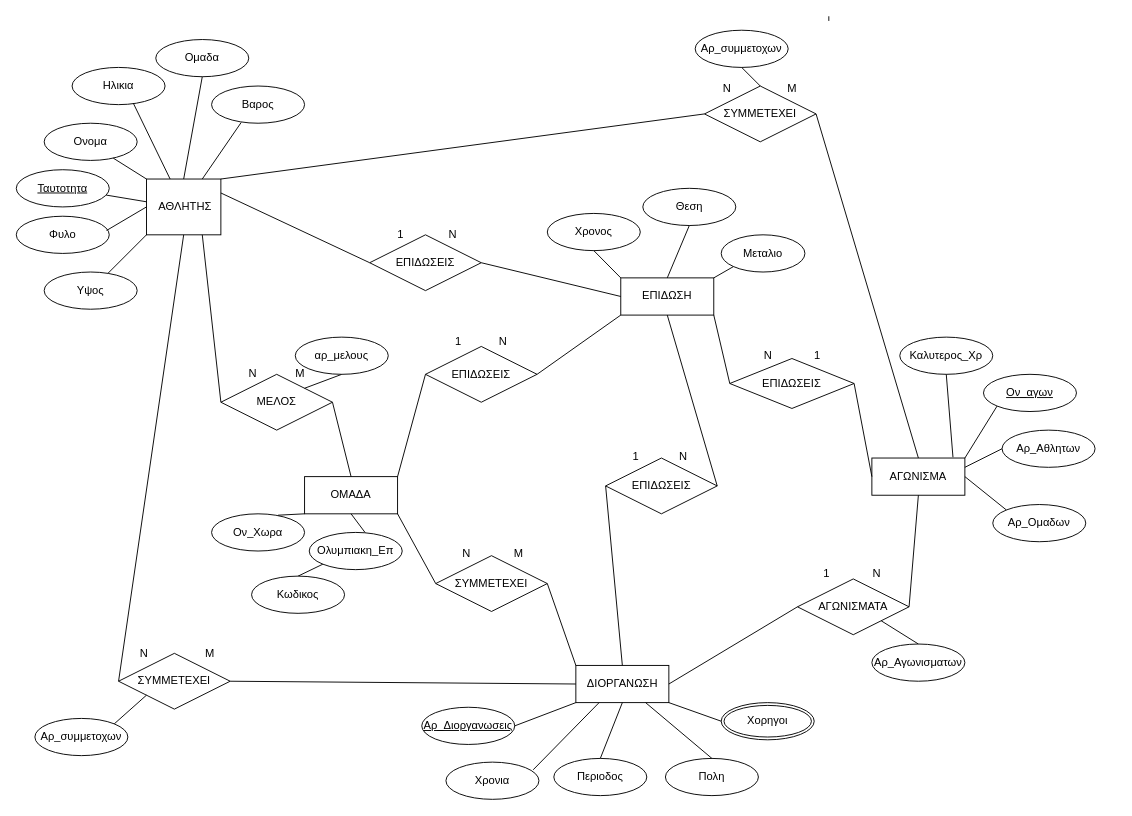
Earlier version of the draw.io diagram OS-DatabasesProject.drawio (SpyrosGew/Olympic_Games-DBProject). Source tidied: cells renumbered, new cells numbered last; positions are measured from the earlier drawing's top-left corner, leaving out a move shared by most shapes. Both pictures are drawn from the tidied source at 93%, with x=0, y=0 at pixel (16, 16).
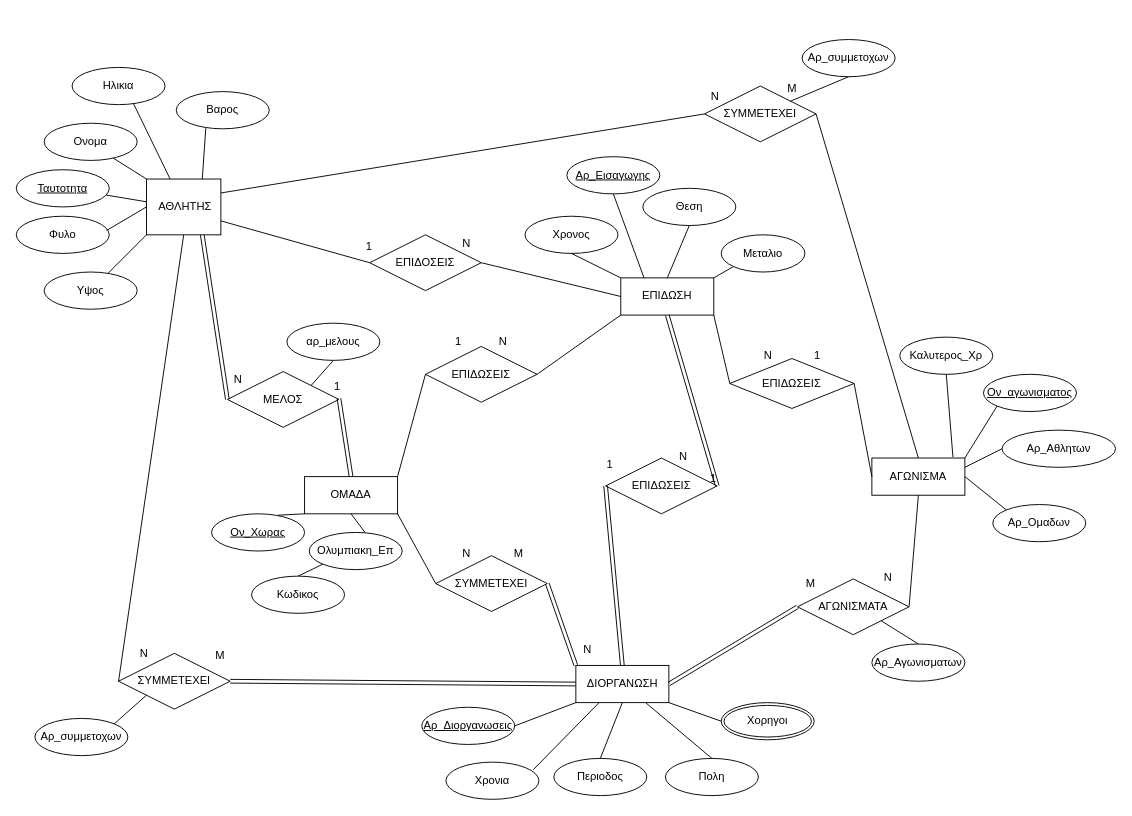
After the change.

Unchanged cells that the change refers to:
```xml
<mxCell id="2" value="&amp;nbsp;AΘΛΗΤΗΣ" style="rounded=0;whiteSpace=wrap;html=1;" parent="1" vertex="1">
  <mxGeometry x="140" y="175" width="80" height="60" as="geometry" />
</mxCell>
<mxCell id="17" value="ΣΥΜΜΕΤΕΧΕΙ" style="shape=rhombus;perimeter=rhombusPerimeter;whiteSpace=wrap;html=1;align=center;" parent="1" vertex="1">
  <mxGeometry x="110" y="685" width="120" height="60" as="geometry" />
</mxCell>
<mxCell id="19" value="ΣΥΜΜΕΤΕΧΕΙ" style="shape=rhombus;perimeter=rhombusPerimeter;whiteSpace=wrap;html=1;align=center;" parent="1" vertex="1">
  <mxGeometry x="740" y="75" width="120" height="60" as="geometry" />
</mxCell>
<mxCell id="23" value="ΟΜΑΔΑ" style="whiteSpace=wrap;html=1;align=center;" parent="1" vertex="1">
  <mxGeometry x="310" y="495" width="100" height="40" as="geometry" />
</mxCell>
<mxCell id="29" value="ΔΙΟΡΓΑΝΩΣΗ" style="whiteSpace=wrap;html=1;align=center;" parent="1" vertex="1">
  <mxGeometry x="601.7" y="698" width="100" height="40" as="geometry" />
</mxCell>
<mxCell id="30" value="ΣΥΜΜΕΤΕΧΕΙ" style="shape=rhombus;perimeter=rhombusPerimeter;whiteSpace=wrap;html=1;align=center;" parent="1" vertex="1">
  <mxGeometry x="451" y="580" width="120" height="60" as="geometry" />
</mxCell>
<mxCell id="41" value="ΑΓΩΝΙΣΜΑΤΑ" style="shape=rhombus;perimeter=rhombusPerimeter;whiteSpace=wrap;html=1;align=center;" parent="1" vertex="1">
  <mxGeometry x="840" y="605" width="120" height="60" as="geometry" />
</mxCell>
<mxCell id="49" value="ΕΠΙΔΩΣΗ" style="whiteSpace=wrap;html=1;align=center;" parent="1" vertex="1">
  <mxGeometry x="650" y="281.3" width="100" height="40" as="geometry" />
</mxCell>
<mxCell id="59" value="ΕΠΙΔΩΣΕΙΣ" style="shape=rhombus;perimeter=rhombusPerimeter;whiteSpace=wrap;html=1;align=center;" parent="1" vertex="1">
  <mxGeometry x="633.7" y="475" width="120" height="60" as="geometry" />
</mxCell>
```

Diff of the diagram source:
```diff
@@
-    <mxCell id="7" value="Ομαδα" style="ellipse;whiteSpace=wrap;html=1;align=center;" parent="1" vertex="1">
-      <mxGeometry x="150" y="25" width="100" height="40" as="geometry" />
-    </mxCell>
-    <mxCell id="8" style="endArrow=none;html=1;rounded=0;entryX=0.5;entryY=1;entryDx=0;entryDy=0;exitX=0.5;exitY=0;exitDx=0;exitDy=0;" parent="1" edge="1" source="2" target="7">
-      <mxGeometry relative="1" as="geometry" />
-    </mxCell>
     <mxCell id="9" value="Βαρος" style="ellipse;whiteSpace=wrap;html=1;align=center;" parent="1" vertex="1">
-      <mxGeometry x="210" y="75" width="100" height="40" as="geometry" />
+      <mxGeometry x="172" y="81" width="100" height="40" as="geometry" />
     </mxCell>
@@
     <mxCell id="18" value="ΜΕΛΟΣ" style="shape=rhombus;perimeter=rhombusPerimeter;whiteSpace=wrap;html=1;align=center;" parent="1" vertex="1">
-      <mxGeometry x="220" y="385" width="120" height="60" as="geometry" />
+      <mxGeometry x="227" y="382" width="120" height="60" as="geometry" />
     </mxCell>
@@
-    <mxCell id="20" style="endArrow=none;html=1;rounded=0;entryX=0.75;entryY=1;entryDx=0;entryDy=0;exitX=0;exitY=0.5;exitDx=0;exitDy=0;" parent="1" edge="1" source="18" target="2">
-      <mxGeometry relative="1" as="geometry" />
-    </mxCell>
@@
-    <mxCell id="22" style="endArrow=none;html=1;rounded=0;entryX=1;entryY=0;entryDx=0;entryDy=0;exitX=0;exitY=0.5;exitDx=0;exitDy=0;" parent="1" edge="1" source="19" target="2">
-      <mxGeometry relative="1" as="geometry" />
-    </mxCell>
@@
-    <mxCell id="24" style="endArrow=none;html=1;rounded=0;entryX=1;entryY=0.5;entryDx=0;entryDy=0;exitX=0.5;exitY=0;exitDx=0;exitDy=0;" parent="1" edge="1" source="23" target="18">
-      <mxGeometry relative="1" as="geometry" />
-    </mxCell>
-    <mxCell id="25" value="Ον_Χωρα" style="ellipse;whiteSpace=wrap;html=1;align=center;" parent="1" vertex="1">
+    <mxCell id="25" value="&lt;u&gt;Ον_Χωρας&lt;/u&gt;" style="ellipse;whiteSpace=wrap;html=1;align=center;" parent="1" vertex="1">
       <mxGeometry x="210" y="535" width="100" height="40" as="geometry" />
     </mxCell>
@@
-    <mxCell id="32" style="endArrow=none;html=1;rounded=0;exitX=1;exitY=0.5;exitDx=0;exitDy=0;entryX=0;entryY=0;entryDx=0;entryDy=0;" parent="1" edge="1" source="30" target="29">
-      <mxGeometry relative="1" as="geometry" />
-    </mxCell>
@@
-    <mxCell id="39" style="endArrow=none;html=1;rounded=0;entryX=1;entryY=0.5;entryDx=0;entryDy=0;exitX=0;exitY=0.5;exitDx=0;exitDy=0;" parent="1" edge="1" source="29" target="17">
-      <mxGeometry relative="1" as="geometry" />
-    </mxCell>
@@
-    <mxCell id="42" style="endArrow=none;html=1;rounded=0;exitX=1;exitY=0.5;exitDx=0;exitDy=0;entryX=0;entryY=0.5;entryDx=0;entryDy=0;" parent="1" edge="1" source="29" target="41">
-      <mxGeometry relative="1" as="geometry" />
-    </mxCell>
@@
-    <mxCell id="45" value="&lt;u&gt;Ον_αγων&lt;/u&gt;" style="ellipse;whiteSpace=wrap;html=1;align=center;" parent="1" vertex="1">
+    <mxCell id="45" value="&lt;u&gt;Ον_αγωνισματος&lt;/u&gt;" style="ellipse;whiteSpace=wrap;html=1;align=center;" parent="1" vertex="1">
       <mxGeometry x="1040" y="385" width="100" height="40" as="geometry" />
     </mxCell>
@@
-    <mxCell id="53" value="ΕΠΙΔΩΣΕΙΣ" style="shape=rhombus;perimeter=rhombusPerimeter;whiteSpace=wrap;html=1;align=center;" parent="1" vertex="1">
+    <mxCell id="53" value="ΕΠΙΔΟΣΕΙΣ" style="shape=rhombus;perimeter=rhombusPerimeter;whiteSpace=wrap;html=1;align=center;fontStyle=0;" parent="1" vertex="1">
       <mxGeometry x="380" y="235" width="120" height="60" as="geometry" />
     </mxCell>
-    <mxCell id="54" style="endArrow=none;html=1;rounded=0;exitX=1;exitY=0.25;exitDx=0;exitDy=0;entryX=0;entryY=0.5;entryDx=0;entryDy=0;" parent="1" edge="1" source="2" target="53">
-      <mxGeometry relative="1" as="geometry" />
-    </mxCell>
@@
     <mxCell id="57" value="Χρονος" style="ellipse;whiteSpace=wrap;html=1;align=center;" parent="1" vertex="1">
-      <mxGeometry x="571" y="212" width="100" height="40" as="geometry" />
+      <mxGeometry x="547" y="215" width="100" height="40" as="geometry" />
     </mxCell>
@@
-    <mxCell id="60" style="endArrow=none;html=1;rounded=0;exitX=0.5;exitY=0;exitDx=0;exitDy=0;entryX=0;entryY=0.5;entryDx=0;entryDy=0;" parent="1" edge="1" source="29" target="59">
-      <mxGeometry relative="1" as="geometry" />
-    </mxCell>
-    <mxCell id="61" style="endArrow=none;html=1;rounded=0;entryX=0.5;entryY=1;entryDx=0;entryDy=0;exitX=1;exitY=0.5;exitDx=0;exitDy=0;" parent="1" edge="1" source="59" target="49">
-      <mxGeometry relative="1" as="geometry" />
-    </mxCell>
@@
     <mxCell id="65" value="Αρ_Αθλητων" style="ellipse;whiteSpace=wrap;html=1;align=center;" parent="1" vertex="1">
-      <mxGeometry x="1060" y="445" width="100" height="40" as="geometry" />
+      <mxGeometry x="1060" y="445" width="122" height="40" as="geometry" />
     </mxCell>
@@
     <mxCell id="77" value="αρ_μελους" style="ellipse;whiteSpace=wrap;html=1;align=center;" parent="1" vertex="1">
-      <mxGeometry x="300" y="345" width="100" height="40" as="geometry" />
+      <mxGeometry x="291" y="330" width="100" height="40" as="geometry" />
     </mxCell>
@@
     <mxCell id="82" value="Αρ_συμμετοχων" style="ellipse;whiteSpace=wrap;html=1;align=center;" parent="1" vertex="1">
-      <mxGeometry x="730" y="15" width="100" height="40" as="geometry" />
+      <mxGeometry x="845" y="25" width="100" height="40" as="geometry" />
     </mxCell>
-    <mxCell id="83" style="endArrow=none;html=1;rounded=0;entryX=0;entryY=1;entryDx=0;entryDy=0;" parent="1" edge="1">
-      <mxGeometry relative="1" as="geometry">
-        <mxPoint x="873.7" y="5" as="sourcePoint" />
-        <mxPoint x="873.7" as="targetPoint" />
-      </mxGeometry>
-    </mxCell>
-    <mxCell id="84" style="endArrow=none;html=1;rounded=0;entryX=0.5;entryY=1;entryDx=0;entryDy=0;exitX=0.5;exitY=0;exitDx=0;exitDy=0;" parent="1" edge="1" source="19" target="82">
+    <mxCell id="84" style="endArrow=none;html=1;rounded=0;entryX=0.5;entryY=1;entryDx=0;entryDy=0;" parent="1" edge="1" source="19" target="82">
       <mxGeometry relative="1" as="geometry" />
     </mxCell>
     <mxCell id="85" value="1" style="text;html=1;align=center;verticalAlign=middle;strokeColor=none;fillColor=none;" parent="1" vertex="1">
-      <mxGeometry x="400" y="222" width="25" height="26" as="geometry" />
+      <mxGeometry x="366" y="235" width="25" height="26" as="geometry" />
     </mxCell>
     <mxCell id="86" value="N" style="text;html=1;align=center;verticalAlign=middle;strokeColor=none;fillColor=none;" parent="1" vertex="1">
-      <mxGeometry x="455" y="222" width="27" height="26" as="geometry" />
+      <mxGeometry x="470" y="232" width="27" height="26" as="geometry" />
     </mxCell>
@@
-    <mxCell id="89" value="N" style="text;html=1;align=center;verticalAlign=middle;strokeColor=none;fillColor=none;" parent="1" vertex="1">
-      <mxGeometry x="240" y="371.3" width="27" height="26" as="geometry" />
-    </mxCell>
-    <mxCell id="90" value="M" style="text;html=1;align=center;verticalAlign=middle;points=[];strokeColor=none;fillColor=none;" parent="1" vertex="1">
-      <mxGeometry x="291" y="371.3" width="28" height="26" as="geometry" />
+    <mxCell id="90" value="1" style="text;html=1;align=center;verticalAlign=middle;points=[];strokeColor=none;fillColor=none;" parent="1" vertex="1">
+      <mxGeometry x="332" y="385" width="25" height="26" as="geometry" />
     </mxCell>
@@
     <mxCell id="94" value="M" style="text;html=1;align=center;verticalAlign=middle;strokeColor=none;fillColor=none;" parent="1" vertex="1">
-      <mxGeometry x="194" y="672" width="28" height="26" as="geometry" />
+      <mxGeometry x="205" y="675" width="28" height="26" as="geometry" />
     </mxCell>
     <mxCell id="95" value="1" style="text;html=1;align=center;verticalAlign=middle;strokeColor=none;fillColor=none;" parent="1" vertex="1">
-      <mxGeometry x="653" y="461" width="25" height="26" as="geometry" />
+      <mxGeometry x="625" y="469" width="25" height="26" as="geometry" />
     </mxCell>
@@
     <mxCell id="99" value="N" style="text;html=1;align=center;verticalAlign=middle;strokeColor=none;fillColor=none;" parent="1" vertex="1">
-      <mxGeometry x="750" y="65" width="27" height="26" as="geometry" />
+      <mxGeometry x="737" y="73" width="27" height="26" as="geometry" />
     </mxCell>
@@
-    <mxCell id="101" value="1" style="text;html=1;align=center;verticalAlign=middle;strokeColor=none;fillColor=none;" parent="1" vertex="1">
-      <mxGeometry x="858" y="586" width="25" height="26" as="geometry" />
+    <mxCell id="101" value="Μ" style="text;html=1;align=center;verticalAlign=middle;strokeColor=none;fillColor=none;" parent="1" vertex="1">
+      <mxGeometry x="840" y="597" width="28" height="26" as="geometry" />
     </mxCell>
     <mxCell id="102" value="N" style="text;html=1;align=center;verticalAlign=middle;strokeColor=none;fillColor=none;" parent="1" vertex="1">
-      <mxGeometry x="911" y="586" width="27" height="26" as="geometry" />
+      <mxGeometry x="923" y="591" width="27" height="26" as="geometry" />
     </mxCell>
@@
+    <mxCell id="105" value="Αρ_Εισαγωγης" style="ellipse;whiteSpace=wrap;html=1;align=center;fontStyle=4;" parent="1" vertex="1">
+      <mxGeometry x="592" y="151" width="100" height="40" as="geometry" />
+    </mxCell>
+    <mxCell id="106" style="endArrow=none;html=1;rounded=0;entryX=0.5;entryY=1;entryDx=0;entryDy=0;exitX=0.25;exitY=0;exitDx=0;exitDy=0;" parent="1" edge="1" source="49" target="105">
+      <mxGeometry relative="1" as="geometry" />
+    </mxCell>
+    <mxCell id="107" style="shape=link;html=1;rounded=0;exitX=0.75;exitY=1;exitDx=0;exitDy=0;entryX=0;entryY=0.5;entryDx=0;entryDy=0;" parent="1" edge="1" source="2" target="18">
+      <mxGeometry relative="1" as="geometry" />
+    </mxCell>
+    <mxCell id="89" value="N" style="html=1;whiteSpace=wrap;align=right;verticalAlign=bottom;" parent="107" vertex="1">
+      <mxGeometry x="1" relative="1" as="geometry">
+        <mxPoint x="17" y="-13" as="offset" />
+      </mxGeometry>
+    </mxCell>
+    <mxCell id="108" style="shape=link;html=1;rounded=0;exitX=0.5;exitY=0;exitDx=0;exitDy=0;entryX=0.6;entryY=1;entryDx=0;entryDy=0;entryPerimeter=0;" parent="1" edge="1" source="23" target="90">
+      <mxGeometry relative="1" as="geometry" />
+    </mxCell>
+    <mxCell id="109" style="html=1;whiteSpace=wrap;align=right;verticalAlign=bottom;" parent="108" vertex="1">
+      <mxGeometry x="1" relative="1" as="geometry" />
+    </mxCell>
+    <mxCell id="110" style="shape=link;html=1;rounded=0;entryX=0;entryY=0.5;entryDx=0;entryDy=0;exitX=1;exitY=0.5;exitDx=0;exitDy=0;" parent="1" edge="1" source="17" target="29">
+      <mxGeometry relative="1" as="geometry" />
+    </mxCell>
+    <mxCell id="32" style="shape=link;html=1;rounded=0;entryX=0;entryY=0;entryDx=0;entryDy=0;exitX=1;exitY=0.5;exitDx=0;exitDy=0;" parent="1" edge="1" source="30" target="29">
+      <mxGeometry relative="1" as="geometry" />
+    </mxCell>
+    <mxCell id="60" style="shape=link;html=1;rounded=0;exitX=0.5;exitY=0;exitDx=0;exitDy=0;entryX=0;entryY=0.5;entryDx=0;entryDy=0;" parent="1" edge="1" source="29" target="59">
+      <mxGeometry relative="1" as="geometry" />
+    </mxCell>
+    <mxCell id="111" style="html=1;whiteSpace=wrap;align=right;verticalAlign=bottom;" parent="60" vertex="1">
+      <mxGeometry x="1" relative="1" as="geometry" />
+    </mxCell>
+    <mxCell id="112" style="shape=link;html=1;rounded=0;exitX=0.5;exitY=1;exitDx=0;exitDy=0;entryX=1;entryY=0.5;entryDx=0;entryDy=0;" parent="1" edge="1" source="49" target="59">
+      <mxGeometry relative="1" as="geometry" />
+    </mxCell>
+    <mxCell id="113" value="1" style="html=1;whiteSpace=wrap;align=right;verticalAlign=bottom;" parent="112" vertex="1">
+      <mxGeometry x="1" relative="1" as="geometry" />
+    </mxCell>
+    <mxCell id="114" value="Ν" style="text;html=1;align=center;verticalAlign=middle;strokeColor=none;fillColor=none;" parent="1" vertex="1">
+      <mxGeometry x="600" y="668" width="27" height="26" as="geometry" />
+    </mxCell>
+    <mxCell id="42" style="shape=link;html=1;rounded=0;exitX=1;exitY=0.5;exitDx=0;exitDy=0;entryX=0;entryY=0.5;entryDx=0;entryDy=0;" parent="1" edge="1" source="29" target="41">
+      <mxGeometry relative="1" as="geometry" />
+    </mxCell>
+    <mxCell id="115" style="endArrow=none;html=1;rounded=0;exitX=1;exitY=0.25;exitDx=0;exitDy=0;entryX=0;entryY=0.5;entryDx=0;entryDy=0;" parent="1" edge="1" source="2" target="19">
+      <mxGeometry relative="1" as="geometry" />
+    </mxCell>
+    <mxCell id="116" style="endArrow=none;html=1;rounded=0;entryX=1;entryY=0.75;entryDx=0;entryDy=0;exitX=0;exitY=0.5;exitDx=0;exitDy=0;" parent="1" edge="1" source="53" target="2">
+      <mxGeometry relative="1" as="geometry" />
+    </mxCell>
```
